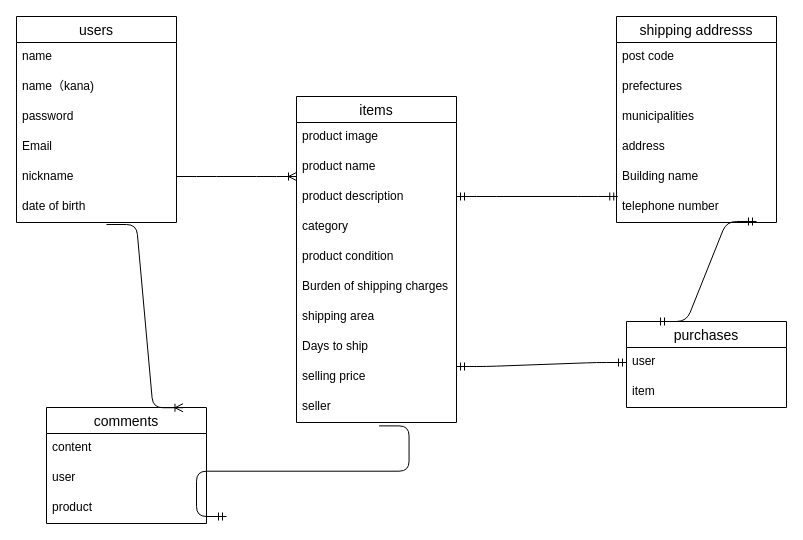
The draw.io diagram test.dio in pusann/furima-37365, before the edit. Source tidied: cells renumbered, new cells numbered last; positions are measured from the earlier drawing's top-left corner, leaving out a move shared by most shapes. Both pictures are drawn from the tidied source at 100%, with x=0, y=0 at pixel (16, 16).
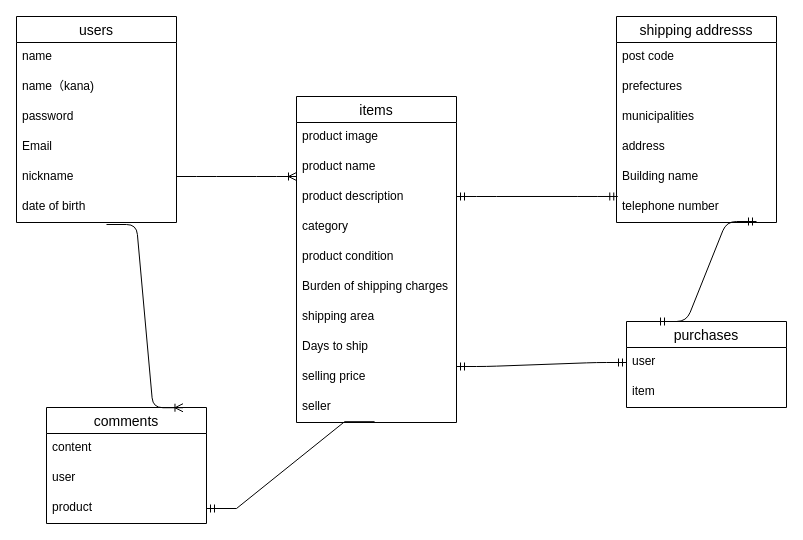
Above is the later version.

The change refers to these unchanged cells:
```xml
<mxCell id="12" value="seller" style="text;strokeColor=none;fillColor=none;spacingLeft=4;spacingRight=4;overflow=hidden;points=[[0,0.5],[1,0.5]];portConstraint=eastwest;fontSize=12;" parent="2" vertex="1">
  <mxGeometry y="296" width="160" height="30" as="geometry" />
</mxCell>
<mxCell id="36" value="product" style="text;strokeColor=none;fillColor=none;spacingLeft=4;spacingRight=4;overflow=hidden;points=[[0,0.5],[1,0.5]];portConstraint=eastwest;fontSize=12;" parent="33" vertex="1">
  <mxGeometry y="86" width="160" height="30" as="geometry" />
</mxCell>
```

What changed in the source:
```diff
@@
-    <mxCell id="39" style="edgeStyle=entityRelationEdgeStyle;fontSize=12;html=1;endArrow=ERmandOne;exitX=0.516;exitY=1.113;exitDx=0;exitDy=0;exitPerimeter=0;" parent="1" edge="1" source="12">
-      <mxGeometry relative="1" as="geometry">
-        <mxPoint x="210" y="500" as="targetPoint" />
-      </mxGeometry>
+    <mxCell id="39" style="edgeStyle=entityRelationEdgeStyle;fontSize=12;html=1;endArrow=ERmandOne;rounded=0;strokeWidth=1;targetPerimeterSpacing=0;entryX=1;entryY=0.5;entryDx=0;entryDy=0;exitX=0.488;exitY=0.973;exitDx=0;exitDy=0;exitPerimeter=0;" parent="1" edge="1" source="12" target="36">
+      <mxGeometry relative="1" as="geometry" />
     </mxCell>
```
